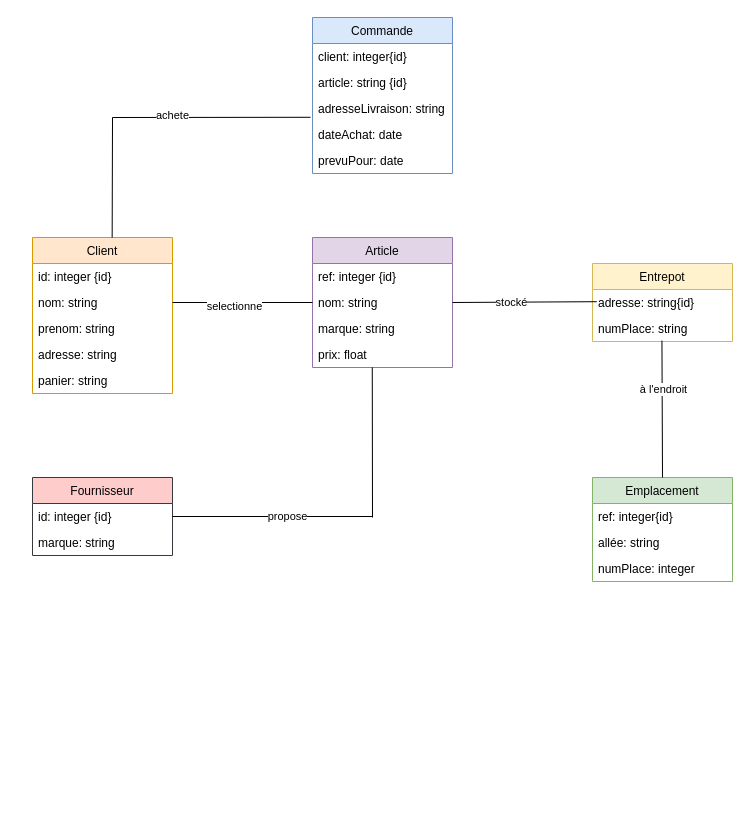
Before: Projet.drawio in riad73/INF403, a draw.io diagram. Source tidied: cells renumbered, new cells numbered last; positions are measured from the earlier drawing's top-left corner, leaving out a move shared by most shapes. Both pictures are drawn from the tidied source at 100%, with x=0, y=0 at pixel (32, 17).
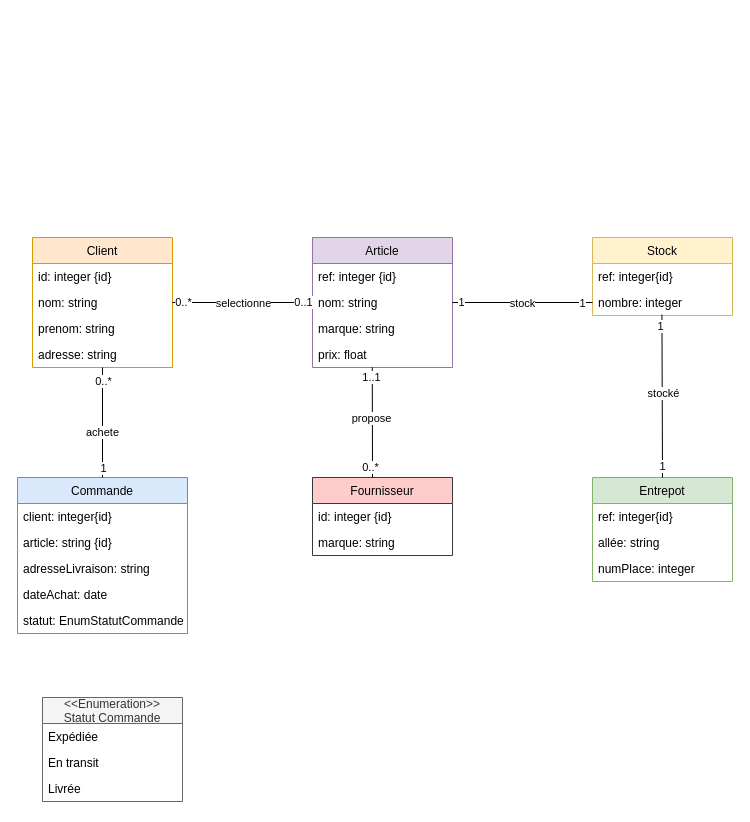
The same diagram, later.

The change refers to these unchanged cells:
```xml
<mxCell id="6" value="adresse: string" style="text;strokeColor=none;fillColor=none;align=left;verticalAlign=top;spacingLeft=4;spacingRight=4;overflow=hidden;points=[[0,0.5],[1,0.5]];portConstraint=eastwest;" parent="2" vertex="1">
  <mxGeometry y="104" width="140" height="26" as="geometry" />
</mxCell>
<mxCell id="9" value="id: integer {id}" style="text;strokeColor=none;fillColor=none;align=left;verticalAlign=top;spacingLeft=4;spacingRight=4;overflow=hidden;points=[[0,0.5],[1,0.5]];portConstraint=eastwest;" parent="8" vertex="1">
  <mxGeometry y="26" width="140" height="26" as="geometry" />
</mxCell>
<mxCell id="13" value="nom: string" style="text;strokeColor=none;fillColor=none;align=left;verticalAlign=top;spacingLeft=4;spacingRight=4;overflow=hidden;points=[[0,0.5],[1,0.5]];portConstraint=eastwest;" parent="11" vertex="1">
  <mxGeometry y="52" width="140" height="26" as="geometry" />
</mxCell>
<mxCell id="15" value="prix: float" style="text;strokeColor=none;fillColor=none;align=left;verticalAlign=top;spacingLeft=4;spacingRight=4;overflow=hidden;points=[[0,0.5],[1,0.5]];portConstraint=eastwest;" parent="11" vertex="1">
  <mxGeometry y="104" width="140" height="26" as="geometry" />
</mxCell>
<mxCell id="29" style="endArrow=none;html=1;exitX=1;exitY=0.5;exitDx=0;exitDy=0;entryX=0;entryY=0.5;entryDx=0;entryDy=0;" parent="1" edge="1" source="4" target="13">
  <mxGeometry relative="1" as="geometry" />
</mxCell>
<mxCell id="36" style="endArrow=none;html=1;entryX=0.496;entryY=0.965;entryDx=0;entryDy=0;entryPerimeter=0;" parent="1" edge="1" target="18">
  <mxGeometry relative="1" as="geometry">
    <mxPoint x="630" y="460" as="sourcePoint" />
  </mxGeometry>
</mxCell>
```

Change to the diagram source:
```diff
@@
     <mxCell id="2" value="Client" style="swimlane;fontStyle=0;horizontal=1;startSize=26;fillColor=#ffe6cc;strokeColor=#d79b00;" parent="1" vertex="1">
-      <mxGeometry y="220" width="140" height="156" as="geometry" />
+      <mxGeometry y="220" width="140" height="130" as="geometry" />
     </mxCell>
@@
-    <mxCell id="7" value="panier: string" style="text;strokeColor=none;fillColor=none;align=left;verticalAlign=top;spacingLeft=4;spacingRight=4;overflow=hidden;" parent="2" vertex="1">
-      <mxGeometry y="130" width="140" height="26" as="geometry" />
-    </mxCell>
     <mxCell id="8" value="Fournisseur" style="swimlane;fontStyle=0;horizontal=1;startSize=26;fillColor=#ffcccc;strokeColor=#36393d;" parent="1" vertex="1">
-      <mxGeometry y="460" width="140" height="78" as="geometry" />
+      <mxGeometry x="280" y="460" width="140" height="78" as="geometry" />
     </mxCell>
@@
-    <mxCell id="16" value="Entrepot" style="swimlane;fontStyle=0;horizontal=1;startSize=26;fillColor=#fff2cc;strokeColor=#d6b656;" parent="1" vertex="1">
-      <mxGeometry x="560" y="246" width="140" height="78" as="geometry" />
+    <mxCell id="16" value="Stock" style="swimlane;fontStyle=0;horizontal=1;startSize=26;fillColor=#fff2cc;strokeColor=#d6b656;" parent="1" vertex="1">
+      <mxGeometry x="560" y="220" width="140" height="78" as="geometry" />
     </mxCell>
-    <mxCell id="17" value="adresse: string{id}" style="text;strokeColor=none;fillColor=none;align=left;verticalAlign=top;spacingLeft=4;spacingRight=4;overflow=hidden;" parent="16" vertex="1">
+    <mxCell id="17" value="ref: integer{id}" style="text;strokeColor=none;fillColor=none;align=left;verticalAlign=top;spacingLeft=4;spacingRight=4;overflow=hidden;" parent="16" vertex="1">
       <mxGeometry y="26" width="140" height="26" as="geometry" />
     </mxCell>
-    <mxCell id="18" value="numPlace: string" style="text;strokeColor=none;fillColor=none;align=left;verticalAlign=top;spacingLeft=4;spacingRight=4;overflow=hidden;points=[[0,0.5],[1,0.5]];portConstraint=eastwest;" parent="16" vertex="1">
+    <mxCell id="18" value="nombre: integer" style="text;strokeColor=none;fillColor=none;align=left;verticalAlign=top;spacingLeft=4;spacingRight=4;overflow=hidden;points=[[0,0.5],[1,0.5]];portConstraint=eastwest;" parent="16" vertex="1">
       <mxGeometry y="52" width="140" height="26" as="geometry" />
     </mxCell>
-    <mxCell id="19" value="Emplacement" style="swimlane;fontStyle=0;horizontal=1;startSize=26;fillColor=#d5e8d4;strokeColor=#82b366;" parent="1" vertex="1">
+    <mxCell id="19" value="Entrepot" style="swimlane;fontStyle=0;horizontal=1;startSize=26;fillColor=#d5e8d4;strokeColor=#82b366;" parent="1" vertex="1">
       <mxGeometry x="560" y="460" width="140" height="104" as="geometry" />
     </mxCell>
@@
     <mxCell id="23" value="Commande" style="swimlane;fontStyle=0;horizontal=1;startSize=26;fillColor=#dae8fc;strokeColor=#6c8ebf;" parent="1" vertex="1">
-      <mxGeometry x="280" width="140" height="156" as="geometry" />
+      <mxGeometry x="-15" y="460" width="170" height="156" as="geometry" />
     </mxCell>
     <mxCell id="24" value="client: integer{id}" style="text;strokeColor=none;fillColor=none;align=left;verticalAlign=top;spacingLeft=4;spacingRight=4;overflow=hidden;" parent="23" vertex="1">
-      <mxGeometry y="26" width="140" height="26" as="geometry" />
+      <mxGeometry y="26" width="170" height="26" as="geometry" />
     </mxCell>
     <mxCell id="25" value="article: string {id}" style="text;strokeColor=none;fillColor=none;align=left;verticalAlign=top;spacingLeft=4;spacingRight=4;overflow=hidden;" parent="23" vertex="1">
-      <mxGeometry y="52" width="140" height="26" as="geometry" />
+      <mxGeometry y="52" width="170" height="26" as="geometry" />
     </mxCell>
     <mxCell id="26" value="adresseLivraison: string" style="text;strokeColor=none;fillColor=none;align=left;verticalAlign=top;spacingLeft=4;spacingRight=4;overflow=hidden;points=[[0,0.5],[1,0.5]];portConstraint=eastwest;" parent="23" vertex="1">
-      <mxGeometry y="78" width="140" height="26" as="geometry" />
+      <mxGeometry y="78" width="170" height="26" as="geometry" />
     </mxCell>
     <mxCell id="27" value="dateAchat: date" style="text;strokeColor=none;fillColor=none;align=left;verticalAlign=top;spacingLeft=4;spacingRight=4;overflow=hidden;" parent="23" vertex="1">
-      <mxGeometry y="104" width="140" height="26" as="geometry" />
+      <mxGeometry y="104" width="170" height="26" as="geometry" />
     </mxCell>
-    <mxCell id="28" value="prevuPour: date" style="text;strokeColor=none;fillColor=none;align=left;verticalAlign=top;spacingLeft=4;spacingRight=4;overflow=hidden;" parent="23" vertex="1">
-      <mxGeometry y="130" width="140" height="26" as="geometry" />
-    </mxCell>
+    <mxCell id="41" value="statut: EnumStatutCommande" style="text;strokeColor=none;fillColor=none;align=left;verticalAlign=top;spacingLeft=4;spacingRight=4;overflow=hidden;" parent="23" vertex="1">
+      <mxGeometry y="130" width="170" height="26" as="geometry" />
+    </mxCell>
@@
     <mxCell id="30" value="selectionne" style="edgeLabel;html=1;align=center;verticalAlign=middle;" parent="29" vertex="1">
-      <mxGeometry x="-0.13" y="-3" relative="1" as="geometry" />
+      <mxGeometry x="-0.13" y="-3" relative="1" as="geometry">
+        <mxPoint x="9.2" y="-3" as="offset" />
+      </mxGeometry>
     </mxCell>
+    <mxCell id="42" value="0..*" style="edgeLabel;html=1;align=center;verticalAlign=middle;" parent="29" vertex="1">
+      <mxGeometry x="-0.86" y="1" relative="1" as="geometry" />
+    </mxCell>
+    <mxCell id="43" value="0..1" style="edgeLabel;html=1;align=center;verticalAlign=middle;" parent="29" vertex="1">
+      <mxGeometry x="0.86" y="1" relative="1" as="geometry" />
+    </mxCell>
-    <mxCell id="31" style="endArrow=none;html=1;exitX=1;exitY=0.5;exitDx=0;exitDy=0;entryX=0.031;entryY=-0.032;entryDx=0;entryDy=0;entryPerimeter=0;" parent="1" edge="1" source="13">
-      <mxGeometry relative="1" as="geometry">
-        <mxPoint x="564.3" y="284.2" as="targetPoint" />
-      </mxGeometry>
+    <mxCell id="31" style="endArrow=none;html=1;exitX=1;exitY=0.5;exitDx=0;exitDy=0;entryX=0;entryY=0.5;entryDx=0;entryDy=0;" parent="1" edge="1" source="13" target="18">
+      <mxGeometry relative="1" as="geometry" />
     </mxCell>
-    <mxCell id="32" value="stocké" style="edgeLabel;html=1;align=center;verticalAlign=middle;" parent="31" vertex="1">
-      <mxGeometry x="-0.18" relative="1" as="geometry" />
+    <mxCell id="32" value="stock" style="edgeLabel;html=1;align=center;verticalAlign=middle;" parent="31" vertex="1">
+      <mxGeometry x="-0.18" relative="1" as="geometry">
+        <mxPoint x="12.5" as="offset" />
+      </mxGeometry>
     </mxCell>
-    <mxCell id="33" style="endArrow=none;html=1;exitX=0.569;exitY=0.001;exitDx=0;exitDy=0;exitPerimeter=0;" parent="1" edge="1" source="2">
-      <mxGeometry relative="1" as="geometry">
-        <mxPoint x="80" y="100" as="targetPoint" />
-      </mxGeometry>
-    </mxCell>
-    <mxCell id="34" style="endArrow=none;html=1;entryX=-0.014;entryY=0.838;entryDx=0;entryDy=0;entryPerimeter=0;" parent="1" edge="1" target="26">
-      <mxGeometry relative="1" as="geometry">
-        <mxPoint x="80" y="100" as="sourcePoint" />
-      </mxGeometry>
-    </mxCell>
-    <mxCell id="35" value="achete" style="edgeLabel;html=1;align=center;verticalAlign=middle;" parent="34" vertex="1">
-      <mxGeometry x="-0.39" y="2" relative="1" as="geometry" />
-    </mxCell>
+    <mxCell id="44" value="1" style="edgeLabel;html=1;align=center;verticalAlign=middle;" parent="31" vertex="1">
+      <mxGeometry x="0.84" relative="1" as="geometry" />
+    </mxCell>
+    <mxCell id="45" value="1" style="edgeLabel;html=1;align=center;verticalAlign=middle;" parent="31" vertex="1">
+      <mxGeometry x="-0.88" y="1" relative="1" as="geometry" />
+    </mxCell>
@@
-    <mxCell id="37" value="à l'endroit" style="edgeLabel;html=1;align=center;verticalAlign=middle;" parent="36" vertex="1">
-      <mxGeometry x="0.29" y="-1" relative="1" as="geometry" />
+    <mxCell id="37" value="stocké" style="edgeLabel;html=1;align=center;verticalAlign=middle;" parent="36" vertex="1">
+      <mxGeometry x="0.29" y="-1" relative="1" as="geometry">
+        <mxPoint x="-0.6" y="21" as="offset" />
+      </mxGeometry>
     </mxCell>
-    <mxCell id="38" style="endArrow=none;html=1;exitX=1;exitY=0.5;exitDx=0;exitDy=0;" parent="1" edge="1" source="9">
-      <mxGeometry relative="1" as="geometry">
-        <mxPoint x="340" y="499" as="targetPoint" />
-      </mxGeometry>
-    </mxCell>
+    <mxCell id="46" value="1" style="edgeLabel;html=1;align=center;verticalAlign=middle;" parent="36" vertex="1">
+      <mxGeometry x="-0.87" y="-1" relative="1" as="geometry">
+        <mxPoint x="-1" as="offset" />
+      </mxGeometry>
+    </mxCell>
+    <mxCell id="47" value="1" style="edgeLabel;html=1;align=center;verticalAlign=middle;" parent="36" vertex="1">
+      <mxGeometry x="0.87" y="2" relative="1" as="geometry" />
+    </mxCell>
+    <mxCell id="40" style="endArrow=none;html=1;entryX=0.427;entryY=0.995;entryDx=0;entryDy=0;entryPerimeter=0;" parent="1" edge="1" target="15">
+      <mxGeometry relative="1" as="geometry">
+        <mxPoint x="340" y="460" as="sourcePoint" />
+      </mxGeometry>
+    </mxCell>
-    <mxCell id="39" value="propose" style="edgeLabel;html=1;align=center;verticalAlign=middle;" parent="38" vertex="1">
-      <mxGeometry x="0.14" y="1" relative="1" as="geometry" />
+    <mxCell id="39" value="propose" style="edgeLabel;html=1;align=center;verticalAlign=middle;" parent="40" vertex="1">
+      <mxGeometry x="-0.32" y="1" relative="1" as="geometry">
+        <mxPoint y="-22.5" as="offset" />
+      </mxGeometry>
     </mxCell>
-    <mxCell id="40" style="endArrow=none;html=1;entryX=0.427;entryY=0.995;entryDx=0;entryDy=0;entryPerimeter=0;" parent="1" edge="1" target="15">
-      <mxGeometry relative="1" as="geometry">
-        <mxPoint x="340" y="500" as="sourcePoint" />
-      </mxGeometry>
-    </mxCell>
+    <mxCell id="48" value="0..*" style="edgeLabel;html=1;align=center;verticalAlign=middle;" parent="40" vertex="1">
+      <mxGeometry x="-0.89" y="2" relative="1" as="geometry">
+        <mxPoint y="-4.3" as="offset" />
+      </mxGeometry>
+    </mxCell>
+    <mxCell id="49" value="1..1" style="edgeLabel;html=1;align=center;verticalAlign=middle;" parent="40" vertex="1">
+      <mxGeometry x="0.9" y="1" relative="1" as="geometry">
+        <mxPoint y="4.8" as="offset" />
+      </mxGeometry>
+    </mxCell>
+    <mxCell id="50" style="endArrow=none;html=1;exitX=0.5;exitY=0;exitDx=0;exitDy=0;" parent="1" edge="1" source="23" target="6">
+      <mxGeometry relative="1" as="geometry" />
+    </mxCell>
+    <mxCell id="35" value="achete" style="edgeLabel;html=1;align=center;verticalAlign=middle;" parent="50" vertex="1">
+      <mxGeometry x="-0.52" relative="1" as="geometry">
+        <mxPoint x="-0.2" y="-19.2" as="offset" />
+      </mxGeometry>
+    </mxCell>
+    <mxCell id="51" value="0..*" style="edgeLabel;html=1;align=center;verticalAlign=middle;" parent="50" vertex="1">
+      <mxGeometry x="0.76" relative="1" as="geometry" />
+    </mxCell>
+    <mxCell id="52" value="1" style="edgeLabel;html=1;align=center;verticalAlign=middle;" parent="50" vertex="1">
+      <mxGeometry x="-0.87" relative="1" as="geometry">
+        <mxPoint y="-2.4" as="offset" />
+      </mxGeometry>
+    </mxCell>
+    <mxCell id="53" value="&lt;&lt;Enumeration&gt;&gt;&#10;Statut Commande" style="swimlane;fontStyle=0;horizontal=1;startSize=26;fillColor=#f5f5f5;strokeColor=#666666;fontColor=#333333;" parent="1" vertex="1">
+      <mxGeometry x="10" y="680" width="140" height="104" as="geometry" />
+    </mxCell>
+    <mxCell id="54" value="Expédiée" style="text;strokeColor=none;fillColor=none;align=left;verticalAlign=top;spacingLeft=4;spacingRight=4;overflow=hidden;" parent="53" vertex="1">
+      <mxGeometry y="26" width="140" height="26" as="geometry" />
+    </mxCell>
+    <mxCell id="55" value="En transit" style="text;strokeColor=none;fillColor=none;align=left;verticalAlign=top;spacingLeft=4;spacingRight=4;overflow=hidden;" parent="53" vertex="1">
+      <mxGeometry y="52" width="140" height="26" as="geometry" />
+    </mxCell>
+    <mxCell id="56" value="Livrée" style="text;strokeColor=none;fillColor=none;align=left;verticalAlign=top;spacingLeft=4;spacingRight=4;overflow=hidden;" parent="53" vertex="1">
+      <mxGeometry y="78" width="140" height="26" as="geometry" />
+    </mxCell>
```
